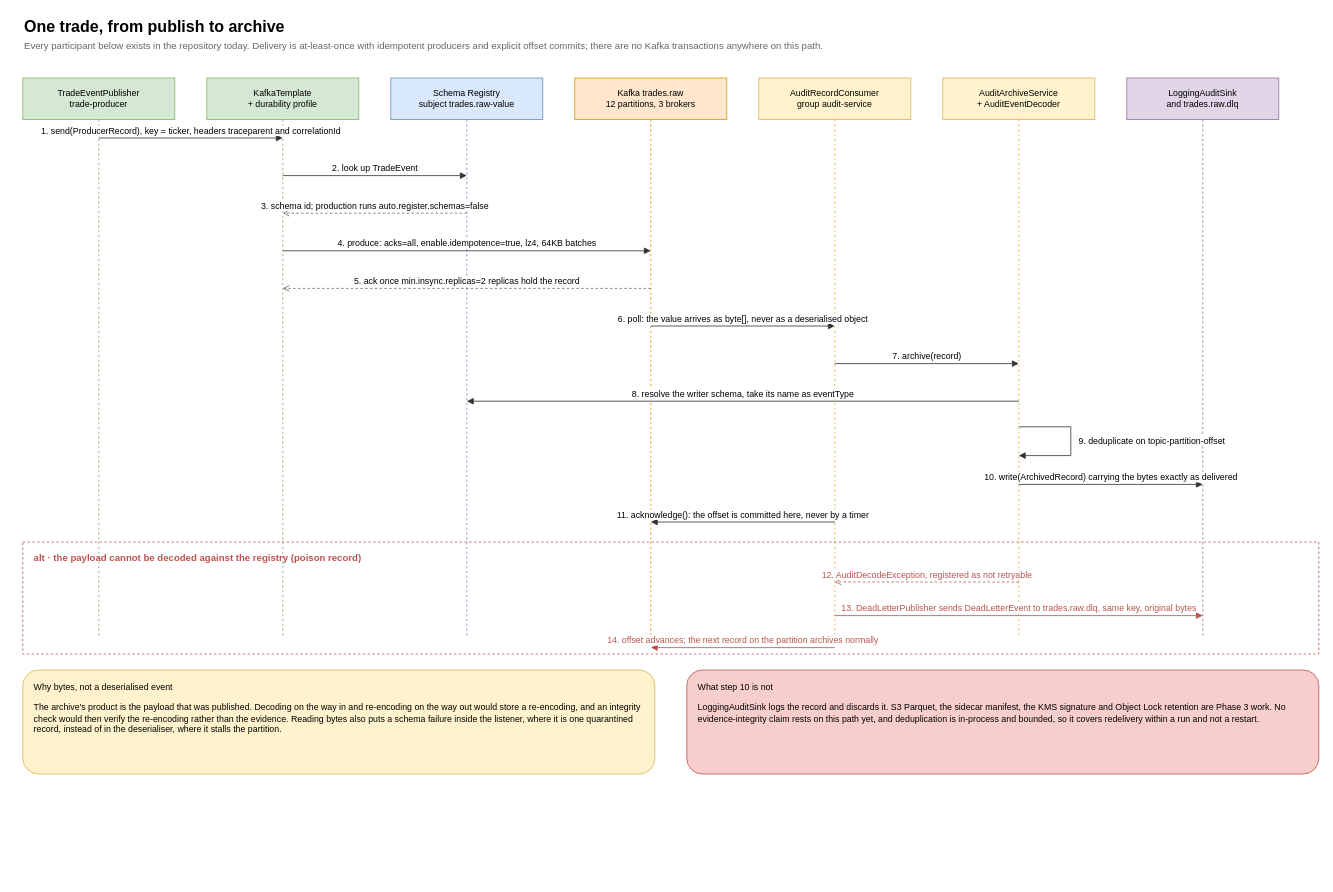
Above: guide/docs/diagrams/trade-to-archive.drawio in salgotraja/financial-event-streaming-platform (draw.io), before the change. Source tidied: cells renumbered, new cells numbered last; positions are measured from the earlier drawing's top-left corner, leaving out a move shared by most shapes. Both pictures are drawn from the tidied source at 80%, with x=0, y=0 at pixel (22, 14).
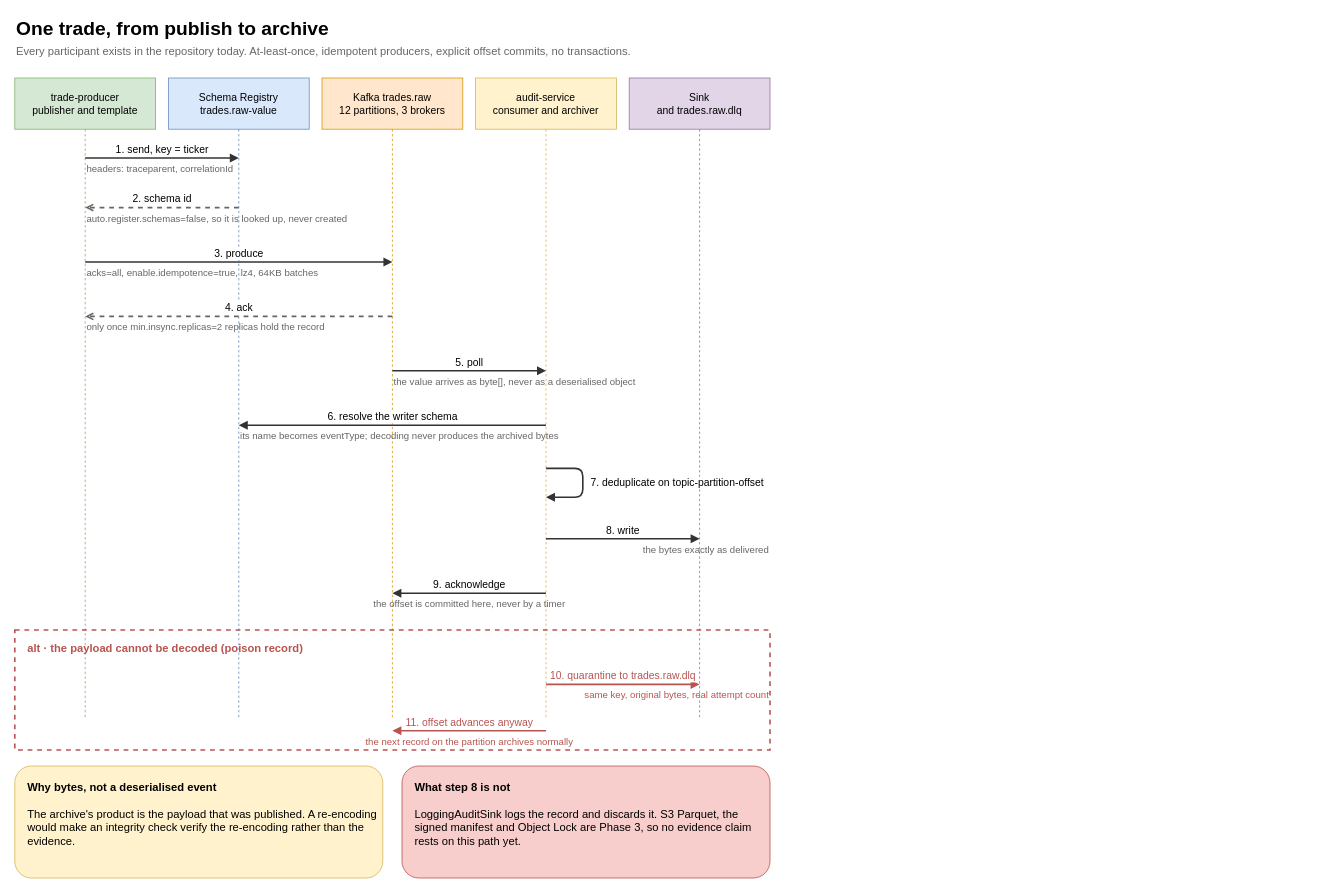
Above is the later version.

The edit, as a diff of the source:
```diff
@@
-    <mxCell id="2" value="One trade, from publish to archive" style="text;html=1;strokeColor=none;fillColor=none;align=left;verticalAlign=middle;fontSize=20;fontStyle=1;" parent="1" vertex="1">
-      <mxGeometry width="900" height="30" as="geometry" />
+    <mxCell id="2" value="One trade, from publish to archive" style="text;html=1;strokeColor=none;fillColor=none;align=left;verticalAlign=middle;fontSize=24;fontStyle=1;" parent="1" vertex="1">
+      <mxGeometry x="-10" y="2" width="900" height="34" as="geometry" />
     </mxCell>
-    <mxCell id="3" value="Every participant below exists in the repository today. Delivery is at-least-once with idempotent producers and explicit offset commits; there are no Kafka transactions anywhere on this path." style="text;html=1;strokeColor=none;fillColor=none;align=left;verticalAlign=middle;fontSize=12;fontColor=#666666;" parent="1" vertex="1">
-      <mxGeometry y="30" width="1400" height="20" as="geometry" />
+    <mxCell id="3" value="Every participant exists in the repository today. At-least-once, idempotent producers, explicit offset commits, no transactions." style="text;html=1;strokeColor=none;fillColor=none;align=left;verticalAlign=middle;fontSize=14;fontColor=#666666;" parent="1" vertex="1">
+      <mxGeometry x="-10" y="36" width="920" height="22" as="geometry" />
     </mxCell>
-    <mxCell id="4" value="TradeEventPublisher&#10;trade-producer" style="shape=umlLifeline;perimeter=lifelinePerimeter;whiteSpace=wrap;html=1;fillColor=#d5e8d4;strokeColor=#82b366;fontSize=11;size=52;" parent="1" vertex="1">
-      <mxGeometry y="80" width="190" height="700" as="geometry" />
+    <mxCell id="4" value="trade-producer&lt;br&gt;publisher and template" style="shape=umlLifeline;perimeter=lifelinePerimeter;whiteSpace=wrap;html=1;fillColor=#d5e8d4;strokeColor=#82b366;fontSize=13;size=64;" parent="1" vertex="1">
+      <mxGeometry x="-10" y="80" width="176" height="800" as="geometry" />
     </mxCell>
-    <mxCell id="5" value="KafkaTemplate&#10;+ durability profile" style="shape=umlLifeline;perimeter=lifelinePerimeter;whiteSpace=wrap;html=1;fillColor=#d5e8d4;strokeColor=#82b366;fontSize=11;size=52;" parent="1" vertex="1">
-      <mxGeometry x="230" y="80" width="190" height="700" as="geometry" />
+    <mxCell id="5" value="Schema Registry&lt;br&gt;trades.raw-value" style="shape=umlLifeline;perimeter=lifelinePerimeter;whiteSpace=wrap;html=1;fillColor=#dae8fc;strokeColor=#6c8ebf;fontSize=13;size=64;" parent="1" vertex="1">
+      <mxGeometry x="182" y="80" width="176" height="800" as="geometry" />
     </mxCell>
-    <mxCell id="6" value="Schema Registry&#10;subject trades.raw-value" style="shape=umlLifeline;perimeter=lifelinePerimeter;whiteSpace=wrap;html=1;fillColor=#dae8fc;strokeColor=#6c8ebf;fontSize=11;size=52;" parent="1" vertex="1">
-      <mxGeometry x="460" y="80" width="190" height="700" as="geometry" />
+    <mxCell id="6" value="Kafka trades.raw&lt;br&gt;12 partitions, 3 brokers" style="shape=umlLifeline;perimeter=lifelinePerimeter;whiteSpace=wrap;html=1;fillColor=#ffe6cc;strokeColor=#d79b00;fontSize=13;size=64;" parent="1" vertex="1">
+      <mxGeometry x="374" y="80" width="176" height="800" as="geometry" />
     </mxCell>
-    <mxCell id="7" value="Kafka trades.raw&#10;12 partitions, 3 brokers" style="shape=umlLifeline;perimeter=lifelinePerimeter;whiteSpace=wrap;html=1;fillColor=#ffe6cc;strokeColor=#d79b00;fontSize=11;size=52;" parent="1" vertex="1">
-      <mxGeometry x="690" y="80" width="190" height="700" as="geometry" />
+    <mxCell id="7" value="audit-service&lt;br&gt;consumer and archiver" style="shape=umlLifeline;perimeter=lifelinePerimeter;whiteSpace=wrap;html=1;fillColor=#fff2cc;strokeColor=#d6b656;fontSize=13;size=64;" parent="1" vertex="1">
+      <mxGeometry x="566" y="80" width="176" height="800" as="geometry" />
     </mxCell>
-    <mxCell id="8" value="AuditRecordConsumer&#10;group audit-service" style="shape=umlLifeline;perimeter=lifelinePerimeter;whiteSpace=wrap;html=1;fillColor=#fff2cc;strokeColor=#d6b656;fontSize=11;size=52;" parent="1" vertex="1">
-      <mxGeometry x="920" y="80" width="190" height="700" as="geometry" />
+    <mxCell id="8" value="Sink&lt;br&gt;and trades.raw.dlq" style="shape=umlLifeline;perimeter=lifelinePerimeter;whiteSpace=wrap;html=1;fillColor=#e1d5e7;strokeColor=#9673a6;fontSize=13;size=64;" parent="1" vertex="1">
+      <mxGeometry x="758" y="80" width="176" height="800" as="geometry" />
     </mxCell>
-    <mxCell id="9" value="AuditArchiveService&#10;+ AuditEventDecoder" style="shape=umlLifeline;perimeter=lifelinePerimeter;whiteSpace=wrap;html=1;fillColor=#fff2cc;strokeColor=#d6b656;fontSize=11;size=52;" parent="1" vertex="1">
-      <mxGeometry x="1150" y="80" width="190" height="700" as="geometry" />
-    </mxCell>
-    <mxCell id="10" value="LoggingAuditSink&#10;and trades.raw.dlq" style="shape=umlLifeline;perimeter=lifelinePerimeter;whiteSpace=wrap;html=1;fillColor=#e1d5e7;strokeColor=#9673a6;fontSize=11;size=52;" parent="1" vertex="1">
-      <mxGeometry x="1380" y="80" width="190" height="700" as="geometry" />
-    </mxCell>
-    <mxCell id="11" value="1. send(ProducerRecord), key = ticker, headers traceparent and correlationId" style="html=1;endArrow=block;strokeColor=#333333;fontSize=11;verticalAlign=bottom;align=center;" parent="1" edge="1">
+    <mxCell id="11" value="1. send, key = ticker" style="html=1;endArrow=block;strokeColor=#333333;strokeWidth=2;fontSize=13;verticalAlign=bottom;align=center;" parent="1" edge="1">
       <mxGeometry relative="1" as="geometry">
-        <mxPoint x="95" y="155" as="sourcePoint" />
-        <mxPoint x="325" y="155" as="targetPoint" />
+        <mxPoint x="78" y="180" as="sourcePoint" />
+        <mxPoint x="270" y="180" as="targetPoint" />
       </mxGeometry>
     </mxCell>
+    <mxCell id="28" value="headers: traceparent, correlationId" style="text;html=1;strokeColor=none;fillColor=none;align=left;verticalAlign=middle;fontSize=12;fontColor=#666666;" parent="1" vertex="1">
+      <mxGeometry x="78" y="184" width="290" height="20" as="geometry" />
+    </mxCell>
-    <mxCell id="12" value="2. look up TradeEvent" style="html=1;endArrow=block;strokeColor=#333333;fontSize=11;verticalAlign=bottom;align=center;" parent="1" edge="1">
+    <mxCell id="12" value="2. schema id" style="html=1;endArrow=open;dashed=1;strokeColor=#666666;strokeWidth=2;fontSize=13;verticalAlign=bottom;align=center;" parent="1" edge="1">
       <mxGeometry relative="1" as="geometry">
-        <mxPoint x="325" y="202" as="sourcePoint" />
-        <mxPoint x="555" y="202" as="targetPoint" />
+        <mxPoint x="270" y="242" as="sourcePoint" />
+        <mxPoint x="78" y="242" as="targetPoint" />
       </mxGeometry>
     </mxCell>
+    <mxCell id="29" value="auto.register.schemas=false, so it is looked up, never created" style="text;html=1;strokeColor=none;fillColor=none;align=left;verticalAlign=middle;fontSize=12;fontColor=#666666;" parent="1" vertex="1">
+      <mxGeometry x="78" y="246" width="440" height="20" as="geometry" />
+    </mxCell>
-    <mxCell id="13" value="3. schema id; production runs auto.register.schemas=false" style="html=1;endArrow=open;dashed=1;strokeColor=#666666;fontSize=11;verticalAlign=bottom;align=center;" parent="1" edge="1">
+    <mxCell id="13" value="3. produce" style="html=1;endArrow=block;strokeColor=#333333;strokeWidth=2;fontSize=13;verticalAlign=bottom;align=center;" parent="1" edge="1">
       <mxGeometry relative="1" as="geometry">
-        <mxPoint x="555" y="249" as="sourcePoint" />
-        <mxPoint x="325" y="249" as="targetPoint" />
+        <mxPoint x="78" y="310" as="sourcePoint" />
+        <mxPoint x="462" y="310" as="targetPoint" />
       </mxGeometry>
     </mxCell>
+    <mxCell id="30" value="acks=all, enable.idempotence=true, lz4, 64KB batches" style="text;html=1;strokeColor=none;fillColor=none;align=left;verticalAlign=middle;fontSize=12;fontColor=#666666;" parent="1" vertex="1">
+      <mxGeometry x="78" y="314" width="440" height="20" as="geometry" />
+    </mxCell>
-    <mxCell id="14" value="4. produce: acks=all, enable.idempotence=true, lz4, 64KB batches" style="html=1;endArrow=block;strokeColor=#333333;fontSize=11;verticalAlign=bottom;align=center;" parent="1" edge="1">
+    <mxCell id="14" value="4. ack" style="html=1;endArrow=open;dashed=1;strokeColor=#666666;strokeWidth=2;fontSize=13;verticalAlign=bottom;align=center;" parent="1" edge="1">
       <mxGeometry relative="1" as="geometry">
-        <mxPoint x="325" y="296" as="sourcePoint" />
-        <mxPoint x="785" y="296" as="targetPoint" />
+        <mxPoint x="462" y="378" as="sourcePoint" />
+        <mxPoint x="78" y="378" as="targetPoint" />
       </mxGeometry>
     </mxCell>
+    <mxCell id="31" value="only once min.insync.replicas=2 replicas hold the record" style="text;html=1;strokeColor=none;fillColor=none;align=left;verticalAlign=middle;fontSize=12;fontColor=#666666;" parent="1" vertex="1">
+      <mxGeometry x="78" y="382" width="440" height="20" as="geometry" />
+    </mxCell>
-    <mxCell id="15" value="5. ack once min.insync.replicas=2 replicas hold the record" style="html=1;endArrow=open;dashed=1;strokeColor=#666666;fontSize=11;verticalAlign=bottom;align=center;" parent="1" edge="1">
+    <mxCell id="15" value="5. poll" style="html=1;endArrow=block;strokeColor=#333333;strokeWidth=2;fontSize=13;verticalAlign=bottom;align=center;" parent="1" edge="1">
       <mxGeometry relative="1" as="geometry">
-        <mxPoint x="785" y="343" as="sourcePoint" />
-        <mxPoint x="325" y="343" as="targetPoint" />
+        <mxPoint x="462" y="446" as="sourcePoint" />
+        <mxPoint x="654" y="446" as="targetPoint" />
       </mxGeometry>
     </mxCell>
+    <mxCell id="32" value="the value arrives as byte[], never as a deserialised object" style="text;html=1;strokeColor=none;fillColor=none;align=left;verticalAlign=middle;fontSize=12;fontColor=#666666;" parent="1" vertex="1">
+      <mxGeometry x="462" y="450" width="460" height="20" as="geometry" />
+    </mxCell>
-    <mxCell id="16" value="6. poll: the value arrives as byte[], never as a deserialised object" style="html=1;endArrow=block;strokeColor=#333333;fontSize=11;verticalAlign=bottom;align=center;" parent="1" edge="1">
+    <mxCell id="16" value="6. resolve the writer schema" style="html=1;endArrow=block;strokeColor=#333333;strokeWidth=2;fontSize=13;verticalAlign=bottom;align=center;" parent="1" edge="1">
       <mxGeometry relative="1" as="geometry">
-        <mxPoint x="785" y="390" as="sourcePoint" />
-        <mxPoint x="1015" y="390" as="targetPoint" />
+        <mxPoint x="654" y="514" as="sourcePoint" />
+        <mxPoint x="270" y="514" as="targetPoint" />
       </mxGeometry>
     </mxCell>
+    <mxCell id="33" value="its name becomes eventType; decoding never produces the archived bytes" style="text;html=1;strokeColor=none;fillColor=none;align=left;verticalAlign=middle;fontSize=12;fontColor=#666666;" parent="1" vertex="1">
+      <mxGeometry x="270" y="518" width="500" height="20" as="geometry" />
+    </mxCell>
-    <mxCell id="17" value="7. archive(record)" style="html=1;endArrow=block;strokeColor=#333333;fontSize=11;verticalAlign=bottom;align=center;" parent="1" edge="1">
+    <mxCell id="17" value="7. deduplicate on topic-partition-offset" style="html=1;endArrow=block;strokeColor=#333333;strokeWidth=2;fontSize=13;verticalAlign=middle;align=left;spacingLeft=8;" parent="1" edge="1">
       <mxGeometry relative="1" as="geometry">
-        <mxPoint x="1015" y="437" as="sourcePoint" />
-        <mxPoint x="1245" y="437" as="targetPoint" />
+        <mxPoint x="654" y="568" as="sourcePoint" />
+        <mxPoint x="654" y="604" as="targetPoint" />
+        <Array as="points">
+          <mxPoint x="700" y="568" />
+          <mxPoint x="700" y="604" />
+        </Array>
       </mxGeometry>
     </mxCell>
-    <mxCell id="18" value="8. resolve the writer schema, take its name as eventType" style="html=1;endArrow=block;strokeColor=#333333;fontSize=11;verticalAlign=bottom;align=center;" parent="1" edge="1">
+    <mxCell id="18" value="8. write" style="html=1;endArrow=block;strokeColor=#333333;strokeWidth=2;fontSize=13;verticalAlign=bottom;align=center;" parent="1" edge="1">
       <mxGeometry relative="1" as="geometry">
-        <mxPoint x="1245" y="484" as="sourcePoint" />
-        <mxPoint x="555" y="484" as="targetPoint" />
+        <mxPoint x="654" y="656" as="sourcePoint" />
+        <mxPoint x="846" y="656" as="targetPoint" />
       </mxGeometry>
     </mxCell>
+    <mxCell id="34" value="the bytes exactly as delivered" style="text;html=1;strokeColor=none;fillColor=none;align=right;verticalAlign=middle;fontSize=12;fontColor=#666666;" parent="1" vertex="1">
+      <mxGeometry x="566" y="660" width="368" height="20" as="geometry" />
+    </mxCell>
-    <mxCell id="19" value="9. deduplicate on topic-partition-offset" style="html=1;endArrow=block;strokeColor=#333333;fontSize=11;verticalAlign=middle;align=left;spacingLeft=8;rounded=0;" parent="1" edge="1">
+    <mxCell id="19" value="9. acknowledge" style="html=1;endArrow=block;strokeColor=#333333;strokeWidth=2;fontSize=13;verticalAlign=bottom;align=center;" parent="1" edge="1">
       <mxGeometry relative="1" as="geometry">
-        <mxPoint x="1245" y="516" as="sourcePoint" />
-        <mxPoint x="1245" y="552" as="targetPoint" />
-        <Array as="points">
-          <mxPoint x="1310" y="516" />
-          <mxPoint x="1310" y="552" />
-        </Array>
+        <mxPoint x="654" y="724" as="sourcePoint" />
+        <mxPoint x="462" y="724" as="targetPoint" />
       </mxGeometry>
     </mxCell>
+    <mxCell id="35" value="the offset is committed here, never by a timer" style="text;html=1;strokeColor=none;fillColor=none;align=center;verticalAlign=middle;fontSize=12;fontColor=#666666;" parent="1" vertex="1">
+      <mxGeometry x="374" y="728" width="368" height="20" as="geometry" />
+    </mxCell>
+    <mxCell id="22" value="alt · the payload cannot be decoded (poison record)" style="rounded=0;whiteSpace=wrap;html=1;fillColor=none;strokeColor=#b85450;dashed=1;strokeWidth=2;verticalAlign=top;align=left;spacingLeft=14;spacingTop=8;fontSize=14;fontStyle=1;fontColor=#b85450;" parent="1" vertex="1">
+      <mxGeometry x="-10" y="770" width="944" height="150" as="geometry" />
+    </mxCell>
-    <mxCell id="20" value="10. write(ArchivedRecord) carrying the bytes exactly as delivered" style="html=1;endArrow=block;strokeColor=#333333;fontSize=11;verticalAlign=bottom;align=center;" parent="1" edge="1">
+    <mxCell id="20" value="10. quarantine to trades.raw.dlq" style="html=1;endArrow=block;strokeColor=#b85450;strokeWidth=2;fontSize=13;verticalAlign=bottom;align=center;fontColor=#b85450;" parent="1" edge="1">
       <mxGeometry relative="1" as="geometry">
-        <mxPoint x="1245" y="588" as="sourcePoint" />
-        <mxPoint x="1475" y="588" as="targetPoint" />
+        <mxPoint x="654" y="838" as="sourcePoint" />
+        <mxPoint x="846" y="838" as="targetPoint" />
       </mxGeometry>
     </mxCell>
+    <mxCell id="36" value="same key, original bytes, real attempt count" style="text;html=1;strokeColor=none;fillColor=none;align=right;verticalAlign=middle;fontSize=12;fontColor=#b85450;" parent="1" vertex="1">
+      <mxGeometry x="566" y="842" width="368" height="20" as="geometry" />
+    </mxCell>
-    <mxCell id="21" value="11. acknowledge(): the offset is committed here, never by a timer" style="html=1;endArrow=block;strokeColor=#333333;fontSize=11;verticalAlign=bottom;align=center;" parent="1" edge="1">
+    <mxCell id="21" value="11. offset advances anyway" style="html=1;endArrow=block;strokeColor=#b85450;strokeWidth=2;fontSize=13;verticalAlign=bottom;align=center;fontColor=#b85450;" parent="1" edge="1">
       <mxGeometry relative="1" as="geometry">
-        <mxPoint x="1015" y="635" as="sourcePoint" />
-        <mxPoint x="785" y="635" as="targetPoint" />
+        <mxPoint x="654" y="896" as="sourcePoint" />
+        <mxPoint x="462" y="896" as="targetPoint" />
       </mxGeometry>
     </mxCell>
-    <mxCell id="22" value="alt · the payload cannot be decoded against the registry (poison record)" style="rounded=0;whiteSpace=wrap;html=1;fillColor=none;strokeColor=#b85450;dashed=1;verticalAlign=top;align=left;spacingLeft=12;spacingTop=6;fontSize=12;fontStyle=1;fontColor=#b85450;" parent="1" vertex="1">
-      <mxGeometry y="660" width="1620" height="140" as="geometry" />
-    </mxCell>
-    <mxCell id="23" value="12. AuditDecodeException, registered as not retryable" style="html=1;endArrow=open;dashed=1;strokeColor=#b85450;fontSize=11;verticalAlign=bottom;align=center;fontColor=#b85450;" parent="1" edge="1">
-      <mxGeometry relative="1" as="geometry">
-        <mxPoint x="1245" y="710" as="sourcePoint" />
-        <mxPoint x="1015" y="710" as="targetPoint" />
-      </mxGeometry>
-    </mxCell>
-    <mxCell id="24" value="13. DeadLetterPublisher sends DeadLetterEvent to trades.raw.dlq, same key, original bytes" style="html=1;endArrow=block;strokeColor=#b85450;fontSize=11;verticalAlign=bottom;align=center;fontColor=#b85450;" parent="1" edge="1">
-      <mxGeometry relative="1" as="geometry">
-        <mxPoint x="1015" y="752" as="sourcePoint" />
-        <mxPoint x="1475" y="752" as="targetPoint" />
-      </mxGeometry>
-    </mxCell>
-    <mxCell id="25" value="14. offset advances; the next record on the partition archives normally" style="html=1;endArrow=block;strokeColor=#b85450;fontSize=11;verticalAlign=bottom;align=center;fontColor=#b85450;" parent="1" edge="1">
-      <mxGeometry relative="1" as="geometry">
-        <mxPoint x="1015" y="792" as="sourcePoint" />
-        <mxPoint x="785" y="792" as="targetPoint" />
-      </mxGeometry>
-    </mxCell>
+    <mxCell id="37" value="the next record on the partition archives normally" style="text;html=1;strokeColor=none;fillColor=none;align=center;verticalAlign=middle;fontSize=12;fontColor=#b85450;" parent="1" vertex="1">
+      <mxGeometry x="374" y="900" width="368" height="20" as="geometry" />
+    </mxCell>
-    <mxCell id="26" value="Why bytes, not a deserialised event&#10;&#10;The archive's product is the payload that was published. Decoding on the way in and re-encoding on the way out would store a re-encoding, and an integrity check would then verify the re-encoding rather than the evidence. Reading bytes also puts a schema failure inside the listener, where it is one quarantined record, instead of in the deserialiser, where it stalls the partition." style="rounded=1;whiteSpace=wrap;html=1;fillColor=#fff2cc;strokeColor=#d6b656;align=left;spacingLeft=12;verticalAlign=top;spacingTop=8;fontSize=11;" parent="1" vertex="1">
-      <mxGeometry y="820" width="790" height="130" as="geometry" />
+    <mxCell id="26" value="&lt;b&gt;Why bytes, not a deserialised event&lt;/b&gt;&lt;br&gt;&lt;br&gt;The archive's product is the payload that was published. A re-encoding would make an integrity check verify the re-encoding rather than the evidence." style="rounded=1;whiteSpace=wrap;html=1;fillColor=#fff2cc;strokeColor=#d6b656;align=left;spacingLeft=14;verticalAlign=top;spacingTop=12;fontSize=14;" parent="1" vertex="1">
+      <mxGeometry x="-10" y="940" width="460" height="140" as="geometry" />
     </mxCell>
-    <mxCell id="27" value="What step 10 is not&#10;&#10;LoggingAuditSink logs the record and discards it. S3 Parquet, the sidecar manifest, the KMS signature and Object Lock retention are Phase 3 work. No evidence-integrity claim rests on this path yet, and deduplication is in-process and bounded, so it covers redelivery within a run and not a restart." style="rounded=1;whiteSpace=wrap;html=1;fillColor=#f8cecc;strokeColor=#b85450;align=left;spacingLeft=12;verticalAlign=top;spacingTop=8;fontSize=11;" parent="1" vertex="1">
-      <mxGeometry x="830" y="820" width="790" height="130" as="geometry" />
+    <mxCell id="27" value="&lt;b&gt;What step 8 is not&lt;/b&gt;&lt;br&gt;&lt;br&gt;LoggingAuditSink logs the record and discards it. S3 Parquet, the signed manifest and Object Lock are Phase 3, so no evidence claim rests on this path yet." style="rounded=1;whiteSpace=wrap;html=1;fillColor=#f8cecc;strokeColor=#b85450;align=left;spacingLeft=14;verticalAlign=top;spacingTop=12;fontSize=14;" parent="1" vertex="1">
+      <mxGeometry x="474" y="940" width="460" height="140" as="geometry" />
     </mxCell>
```
